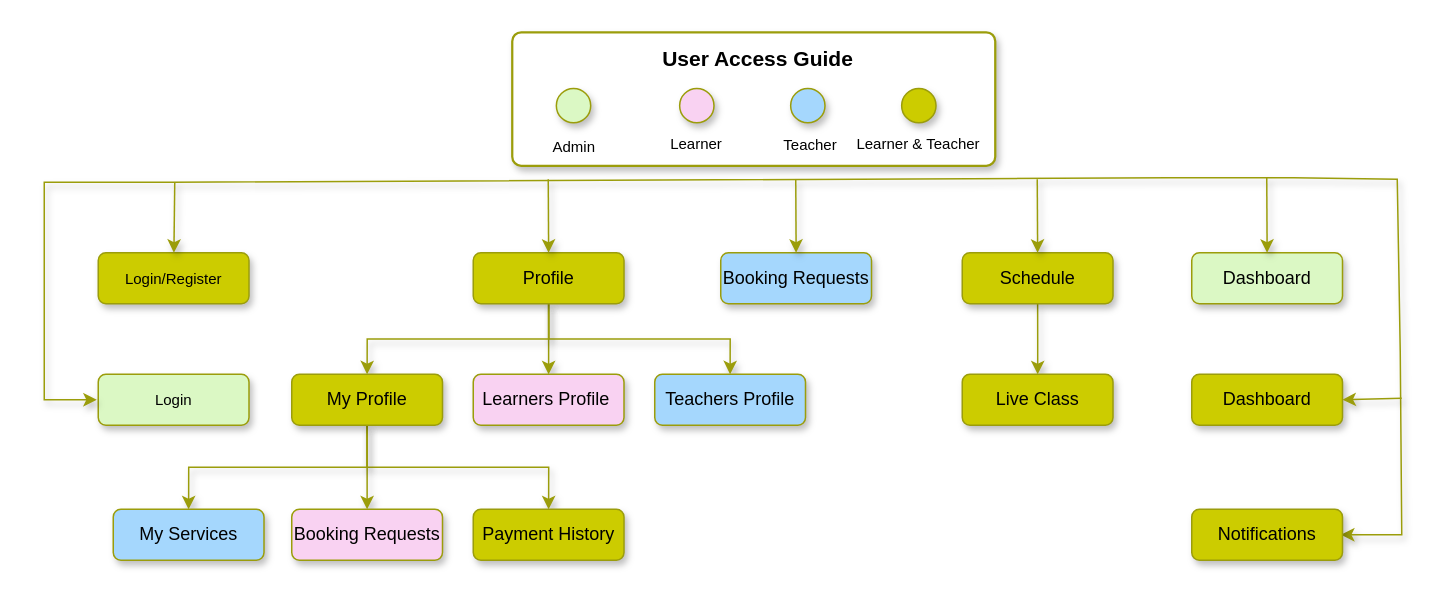
Before: page "Top-down Approach" (13 of 13) of Untitled Diagram.drawio in Nashciong/JavaCodes, a draw.io diagram. Source tidied: cells renumbered, new cells numbered last; positions are measured from the earlier drawing's top-left corner, leaving out a move shared by most shapes. Both pictures are drawn from the tidied source at 150%, with x=0, y=0 at pixel (44, 32).
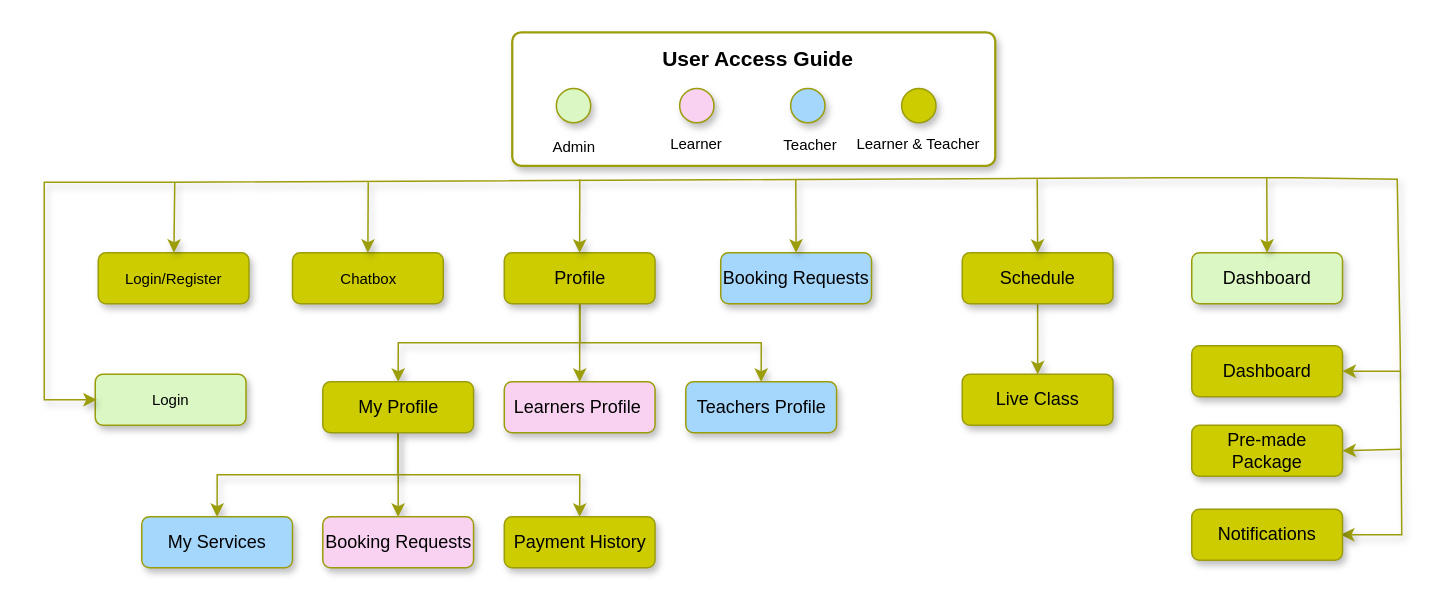
The same page after the edit.

Diff of the diagram source:
```diff
@@
     <mxCell id="6" value="&lt;font style=&quot;font-size: 12px;&quot;&gt;Profile&lt;/font&gt;" style="rounded=1;whiteSpace=wrap;html=1;strokeColor=#9B9D0B;shadow=1;fillColor=#CCCC00;" parent="1" vertex="1">
-      <mxGeometry x="286" y="147" width="100.5" height="34" as="geometry" />
+      <mxGeometry x="306.7" y="147" width="100.5" height="34" as="geometry" />
     </mxCell>
@@
     <mxCell id="8" value="&lt;font style=&quot;font-size: 12px;&quot;&gt;Learners Profile&amp;nbsp;&lt;/font&gt;" style="rounded=1;whiteSpace=wrap;html=1;strokeColor=#9B9D0B;shadow=1;fillColor=#F9D2F2;" parent="1" vertex="1">
-      <mxGeometry x="286" y="228" width="100.5" height="34" as="geometry" />
+      <mxGeometry x="306.7" y="233" width="100.5" height="34" as="geometry" />
     </mxCell>
     <mxCell id="9" value="&lt;font style=&quot;font-size: 12px;&quot;&gt;Teachers Profile&lt;/font&gt;" style="rounded=1;whiteSpace=wrap;html=1;strokeColor=#9B9D0B;shadow=1;fillColor=#A5D7FD;" parent="1" vertex="1">
-      <mxGeometry x="407" y="228" width="100.5" height="34" as="geometry" />
+      <mxGeometry x="427.7" y="233" width="100.5" height="34" as="geometry" />
     </mxCell>
@@
     <mxCell id="12" value="&lt;font style=&quot;font-size: 10px;&quot;&gt;Login&lt;/font&gt;" style="rounded=1;whiteSpace=wrap;html=1;strokeColor=#9B9D0B;shadow=1;fillColor=#DBF8C4;" parent="1" vertex="1">
-      <mxGeometry x="36" y="228" width="100.5" height="34" as="geometry" />
+      <mxGeometry x="34" y="228" width="100.5" height="34" as="geometry" />
     </mxCell>
@@
     <mxCell id="16" value="&lt;font style=&quot;font-size: 12px;&quot;&gt;My Profile&lt;/font&gt;" style="rounded=1;whiteSpace=wrap;html=1;strokeColor=#9B9D0B;shadow=1;fillColor=#CCCC00;" parent="1" vertex="1">
-      <mxGeometry x="165" y="228" width="100.5" height="34" as="geometry" />
+      <mxGeometry x="185.7" y="233" width="100.5" height="34" as="geometry" />
     </mxCell>
     <mxCell id="17" value="&lt;font style=&quot;font-size: 12px;&quot;&gt;Booking Requests&lt;/font&gt;" style="rounded=1;whiteSpace=wrap;html=1;strokeColor=#9B9D0B;shadow=1;fillColor=#F9D2F2;" parent="1" vertex="1">
-      <mxGeometry x="165" y="318" width="100.5" height="34" as="geometry" />
+      <mxGeometry x="185.7" y="323" width="100.5" height="34" as="geometry" />
     </mxCell>
     <mxCell id="18" value="&lt;font style=&quot;font-size: 12px;&quot;&gt;Payment History&lt;/font&gt;" style="rounded=1;whiteSpace=wrap;html=1;strokeColor=#9B9D0B;shadow=1;fillColor=#CCCC00;" parent="1" vertex="1">
-      <mxGeometry x="286" y="318" width="100.5" height="34" as="geometry" />
+      <mxGeometry x="306.7" y="323" width="100.5" height="34" as="geometry" />
     </mxCell>
     <mxCell id="19" value="&lt;font style=&quot;font-size: 12px;&quot;&gt;My Services&lt;/font&gt;" style="rounded=1;whiteSpace=wrap;html=1;strokeColor=#9B9D0B;shadow=1;fillColor=#A5D7FD;" parent="1" vertex="1">
-      <mxGeometry x="46" y="318" width="100.5" height="34" as="geometry" />
+      <mxGeometry x="65" y="323" width="100.5" height="34" as="geometry" />
     </mxCell>
@@
     <mxCell id="22" value="&lt;font style=&quot;font-size: 12px;&quot;&gt;Dashboard&lt;/font&gt;" style="rounded=1;whiteSpace=wrap;html=1;strokeColor=#9B9D0B;shadow=1;fillColor=#CCCC00;" parent="1" vertex="1">
-      <mxGeometry x="765" y="228" width="100.5" height="34" as="geometry" />
+      <mxGeometry x="765" y="209" width="100.5" height="34" as="geometry" />
     </mxCell>
@@
     <mxCell id="24" style="endArrow=classic;html=1;rounded=0;entryX=0.5;entryY=0;entryDx=0;entryDy=0;shadow=1;strokeColor=#9B9D0B;" parent="1" edge="1" target="6">
       <mxGeometry relative="1" as="geometry">
-        <mxPoint x="336" y="98" as="sourcePoint" />
+        <mxPoint x="357" y="98" as="sourcePoint" />
       </mxGeometry>
     </mxCell>
@@
     <mxCell id="41" style="endArrow=classic;html=1;rounded=0;shadow=1;strokeColor=#9B9D0B;entryX=1;entryY=0.5;entryDx=0;entryDy=0;" parent="1" edge="1" target="22">
       <mxGeometry relative="1" as="geometry">
-        <mxPoint x="905" y="244" as="sourcePoint" />
+        <mxPoint x="904" y="226" as="sourcePoint" />
       </mxGeometry>
     </mxCell>
+    <mxCell id="42" value="&lt;font style=&quot;font-size: 10px;&quot;&gt;Chatbox&lt;/font&gt;" style="rounded=1;whiteSpace=wrap;html=1;strokeColor=#9B9D0B;shadow=1;fillColor=#CCCC00;" parent="1" vertex="1">
+      <mxGeometry x="165.5" y="147" width="100.5" height="34" as="geometry" />
+    </mxCell>
+    <mxCell id="43" style="endArrow=classic;html=1;rounded=0;shadow=1;strokeColor=#9B9D0B;entryX=0.5;entryY=0;entryDx=0;entryDy=0;" parent="1" edge="1" target="42">
+      <mxGeometry relative="1" as="geometry">
+        <mxPoint x="216" y="100" as="sourcePoint" />
+        <Array as="points">
+          <mxPoint x="216" y="100" />
+        </Array>
+      </mxGeometry>
+    </mxCell>
+    <mxCell id="44" value="&lt;font style=&quot;font-size: 12px;&quot;&gt;Pre-made&lt;br&gt;Package&lt;br&gt;&lt;/font&gt;" style="rounded=1;whiteSpace=wrap;html=1;strokeColor=#9B9D0B;shadow=1;fillColor=#CCCC00;" parent="1" vertex="1">
+      <mxGeometry x="765" y="262" width="100.5" height="34" as="geometry" />
+    </mxCell>
+    <mxCell id="45" style="endArrow=classic;html=1;rounded=0;shadow=1;strokeColor=#9B9D0B;entryX=1;entryY=0.5;entryDx=0;entryDy=0;" parent="1" edge="1" target="44">
+      <mxGeometry relative="1" as="geometry">
+        <mxPoint x="904" y="278" as="sourcePoint" />
+      </mxGeometry>
+    </mxCell>
```
